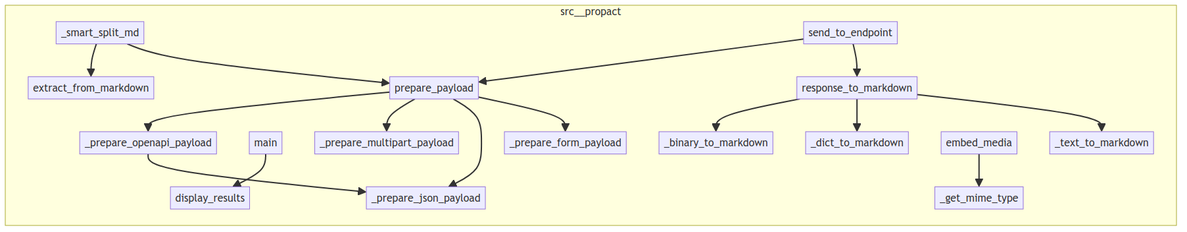
The Mermaid diagram project/calls.png in pactown-com/propact, before a commit. Its source is kept beside it as project/calls.mmd.
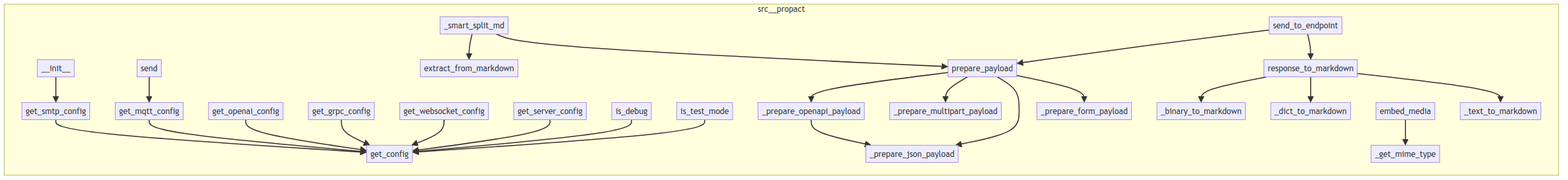
The same file after the commit.

What changed in the source:
```diff
@@ -1,39 +1,42 @@
 flowchart LR
+    subgraph examples__05_security_hardening
+        examples__05_security_hardening__secure_handler__SecureMarkdownHandler____init__["__init__"]
+    end
     subgraph src__propact
+        src__propact__converter__MDConverter___prepare_multipart_payload["_prepare_multipart_payload"]
+        src__propact__config__is_test_mode["is_test_mode"]
+        src__propact__converter__MDConverter__extract_from_markdown["extract_from_markdown"]
+        src__propact__converter__MDConverter__response_to_markdown["response_to_markdown"]
+        src__propact__config__get_mqtt_config["get_mqtt_config"]
+        src__propact__adapters__EmailAdapter____init__["__init__"]
+        src__propact__enhanced__Propact___smart_split_md["_smart_split_md"]
+        src__propact__converter__MDConverter__embed_media["embed_media"]
+        src__propact__enhanced__Propact__send_to_endpoint["send_to_endpoint"]
+        src__propact__adapters__MQTTAdapter__send["send"]
+        src__propact__error_handler__PropactErrorHandler___llm_self_correct_litellm["_llm_self_correct_litellm"]
         src__propact__config__get_websocket_config["get_websocket_config"]
-        src__propact__converter__MDConverter__response_to_markdown["response_to_markdown"]
+        src__propact__optimization__create_optimizer["create_optimizer"]
+        src__propact__config__get_server_config["get_server_config"]
+        src__propact__converter__MDConverter__prepare_payload["prepare_payload"]
+        src__propact__config__get_smtp_config["get_smtp_config"]
+        src__propact__config__get_openai_config["get_openai_config"]
+        src__propact__core__ToonPact__smart_send["smart_send"]
         src__propact__converter__MDConverter___prepare_json_payload["_prepare_json_payload"]
+        src__propact__config__is_debug["is_debug"]
+        src__propact__security__create_sanitizer["create_sanitizer"]
+        src__propact__config__get_grpc_config["get_grpc_config"]
+        src__propact__converter__MDConverter___prepare_openapi_payload["_prepare_openapi_payload"]
+        src__propact__converter__MDConverter___binary_to_markdown["_binary_to_markdown"]
+        src__propact__config__get_config["get_config"]
+        src__propact__converter__MDConverter___get_mime_type["_get_mime_type"]
+        src__propact__llm_proxy__self_correct["self_correct"]
         src__propact__converter__MDConverter___text_to_markdown["_text_to_markdown"]
-        src__propact__config__get_openai_config["get_openai_config"]
-        src__propact__config__get_server_config["get_server_config"]
-        src__propact__adapters__EmailAdapter____init__["__init__"]
-        src__propact__enhanced__Propact__send_to_endpoint["send_to_endpoint"]
+        src__propact__converter__MDConverter___dict_to_markdown["_dict_to_markdown"]
+        src__propact__matcher__create_matcher["create_matcher"]
         src__propact__converter__MDConverter___prepare_form_payload["_prepare_form_payload"]
-        src__propact__converter__MDConverter___prepare_multipart_payload["_prepare_multipart_payload"]
-        src__propact__config__get_config["get_config"]
-        src__propact__enhanced__Propact___smart_split_md["_smart_split_md"]
-        src__propact__config__is_test_mode["is_test_mode"]
-        src__propact__cli__main["main"]
-        src__propact__config__get_mqtt_config["get_mqtt_config"]
-        src__propact__converter__MDConverter___dict_to_markdown["_dict_to_markdown"]
-        src__propact__converter__MDConverter___prepare_openapi_payload["_prepare_openapi_payload"]
-        src__propact__config__get_smtp_config["get_smtp_config"]
-        src__propact__converter__MDConverter___get_mime_type["_get_mime_type"]
-        src__propact__converter__MDConverter__embed_media["embed_media"]
-        src__propact__config__is_debug["is_debug"]
-        src__propact__config__get_grpc_config["get_grpc_config"]
-        src__propact__converter__MDConverter___binary_to_markdown["_binary_to_markdown"]
-        src__propact__converter__MDConverter__extract_from_markdown["extract_from_markdown"]
-        src__propact__converter__MDConverter__prepare_payload["prepare_payload"]
-        src__propact__adapters__MQTTAdapter__send["send"]
     end
-    src__propact__cli__main --> src__propact__config__get_server_config
     src__propact__adapters__MQTTAdapter__send --> src__propact__config__get_mqtt_config
     src__propact__adapters__EmailAdapter____init__ --> src__propact__config__get_smtp_config
-    src__propact__enhanced__Propact___smart_split_md --> src__propact__converter__MDConverter__extract_from_markdown
-    src__propact__enhanced__Propact___smart_split_md --> src__propact__converter__MDConverter__prepare_payload
-    src__propact__enhanced__Propact__send_to_endpoint --> src__propact__converter__MDConverter__prepare_payload
-    src__propact__enhanced__Propact__send_to_endpoint --> src__propact__converter__MDConverter__response_to_markdown
     src__propact__config__get_openai_config --> src__propact__config__get_config
     src__propact__config__get_grpc_config --> src__propact__config__get_config
     src__propact__config__get_mqtt_config --> src__propact__config__get_config
@@ -42,6 +45,14 @@
     src__propact__config__get_server_config --> src__propact__config__get_config
     src__propact__config__is_debug --> src__propact__config__get_config
     src__propact__config__is_test_mode --> src__propact__config__get_config
+    src__propact__enhanced__Propact___smart_split_md --> src__propact__converter__MDConverter__extract_from_markdown
+    src__propact__enhanced__Propact___smart_split_md --> src__propact__converter__MDConverter__prepare_payload
+    src__propact__enhanced__Propact__send_to_endpoint --> src__propact__converter__MDConverter__prepare_payload
+    src__propact__enhanced__Propact__send_to_endpoint --> src__propact__converter__MDConverter__response_to_markdown
+    src__propact__error_handler__PropactErrorHandler___llm_self_correct_litellm --> src__propact__llm_proxy__self_correct
+    src__propact__core__ToonPact__smart_send --> src__propact__matcher__create_matcher
+    examples__05_security_hardening__secure_handler__SecureMarkdownHandler____init__ --> src__propact__security__create_sanitizer
+    examples__05_security_hardening__secure_handler__SecureMarkdownHandler____init__ --> src__propact__optimization__create_optimizer
     src__propact__converter__MDConverter__response_to_markdown --> src__propact__converter__MDConverter___binary_to_markdown
     src__propact__converter__MDConverter__response_to_markdown --> src__propact__converter__MDConverter___dict_to_markdown
     src__propact__converter__MDConverter__response_to_markdown --> src__propact__converter__MDConverter___text_to_markdown
```
